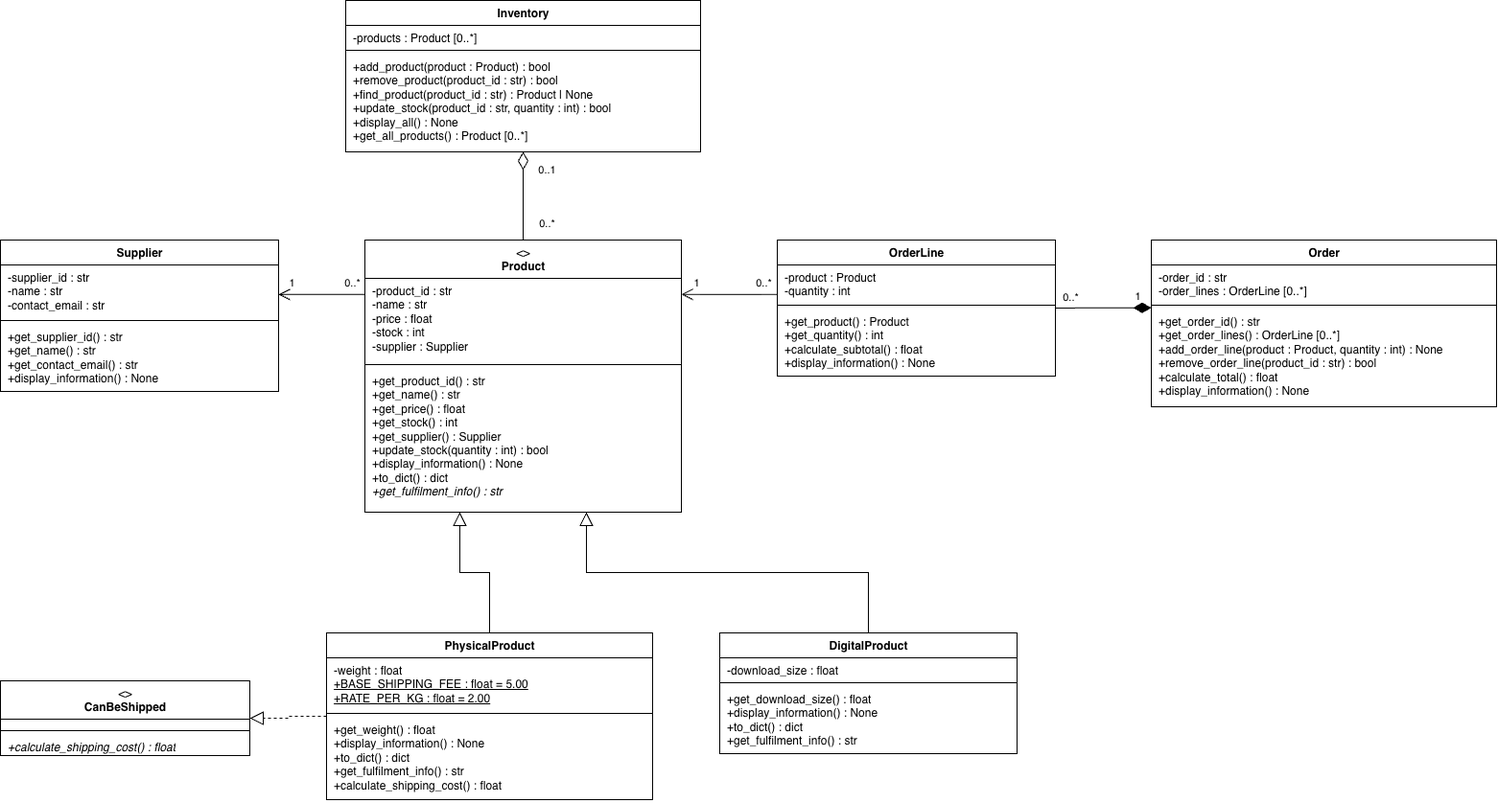
The draw.io diagram INF1103/Lab 8/Lab8UML.drawio.png in JunLongSIT/INF1103-Labs, before a commit. Source tidied: cells renumbered, new cells last; positions are measured from the earlier drawing's top-left corner, leaving out a move shared by most shapes.
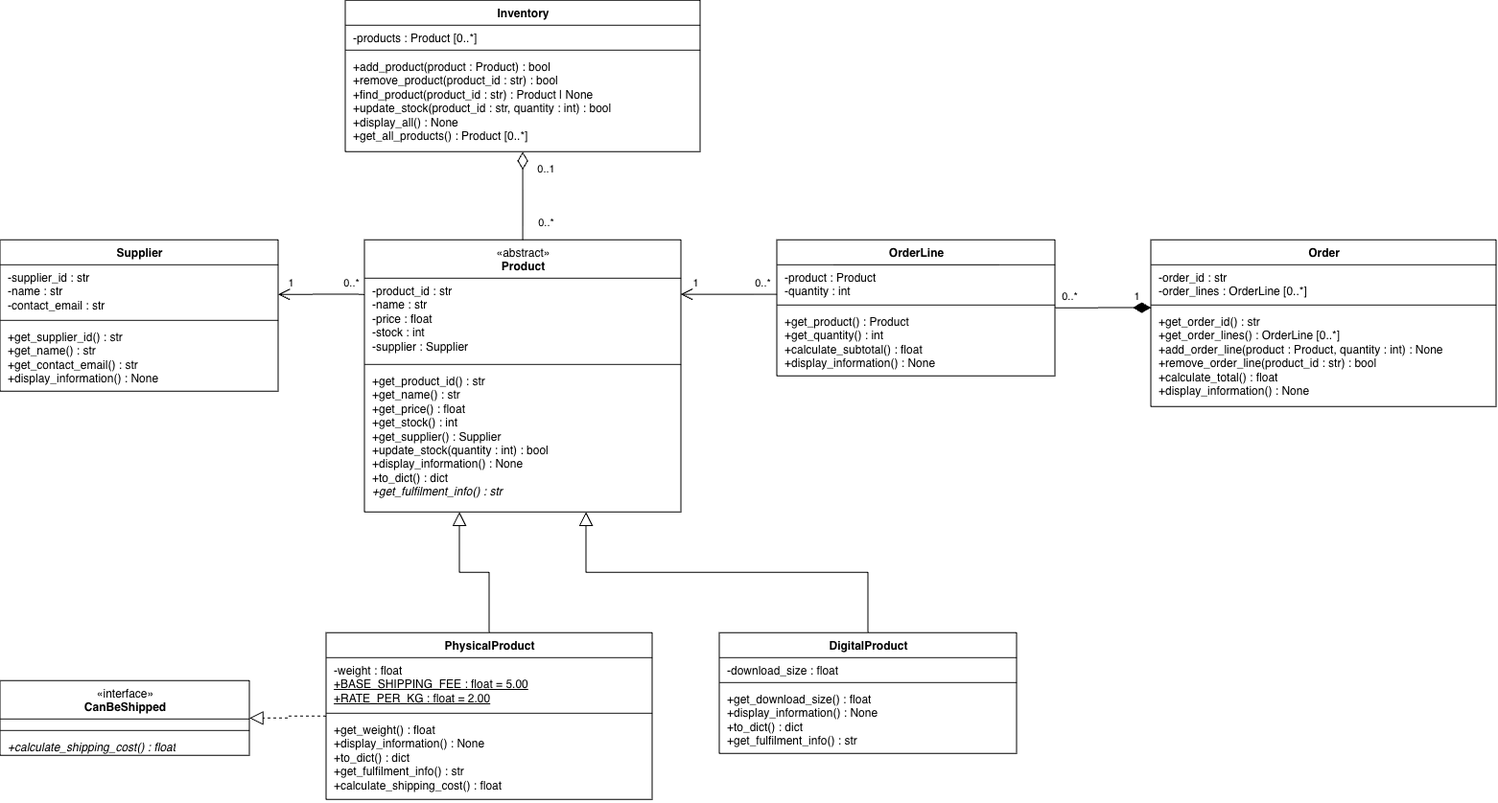
Above is the later version.

Commit message:
Updated UML drawing

Change to the diagram source:
```diff
@@ -26,16 +26,16 @@
     <mxCell id="9" value="+get_supplier_id() : str&lt;br&gt;+get_name() : str&lt;br&gt;+get_contact_email() : str&lt;br&gt;+display_information() : None" style="text;strokeColor=none;fillColor=none;align=left;verticalAlign=top;spacingLeft=6;spacingRight=4;overflow=hidden;html=1;fontColor=#000000;" parent="6" vertex="1">
       <mxGeometry y="88" width="290" height="70" as="geometry" />
     </mxCell>
-    <mxCell id="10" value="&lt;&lt;abstract&gt;&gt;&lt;br&gt;&lt;b&gt;Product&lt;/b&gt;" style="swimlane;fontStyle=0;align=center;verticalAlign=top;horizontal=1;startSize=40;html=1;fillColor=#FFFFFF;strokeColor=#000000;fontColor=#000000;" parent="1" vertex="1">
-      <mxGeometry x="380" y="250" width="330" height="284" as="geometry" />
-    </mxCell>
+    <mxCell id="49" value="«abstract»&lt;br&gt;&lt;b&gt;Product&lt;/b&gt;" style="swimlane;fontStyle=0;align=center;verticalAlign=top;horizontal=1;startSize=40;html=1;fillColor=#FFFFFF;strokeColor=#000000;fontColor=#000000;" parent="1" vertex="1">
+      <mxGeometry x="380" y="250" width="330" height="284" as="geometry" />
+    </mxCell>
-    <mxCell id="11" value="-product_id : str&lt;br&gt;-name : str&lt;br&gt;-price : float&lt;br&gt;-stock : int&lt;br&gt;-supplier : Supplier" style="text;strokeColor=none;fillColor=none;align=left;verticalAlign=top;spacingLeft=6;spacingRight=4;overflow=hidden;html=1;fontColor=#000000;" parent="10" vertex="1">
+    <mxCell id="11" value="-product_id : str&lt;br&gt;-name : str&lt;br&gt;-price : float&lt;br&gt;-stock : int&lt;br&gt;-supplier : Supplier" style="text;strokeColor=none;fillColor=none;align=left;verticalAlign=top;spacingLeft=6;spacingRight=4;overflow=hidden;html=1;fontColor=#000000;" parent="49" vertex="1">
       <mxGeometry y="40" width="330" height="86" as="geometry" />
     </mxCell>
-    <mxCell id="12" style="line;strokeWidth=1;fillColor=none;align=left;verticalAlign=middle;spacingTop=-1;spacingLeft=3;spacingRight=3;labelPosition=right;strokeColor=inherit;" parent="10" vertex="1">
+    <mxCell id="12" style="line;strokeWidth=1;fillColor=none;align=left;verticalAlign=middle;spacingTop=-1;spacingLeft=3;spacingRight=3;labelPosition=right;strokeColor=inherit;" parent="49" vertex="1">
       <mxGeometry y="126" width="330" height="8" as="geometry" />
     </mxCell>
-    <mxCell id="13" value="+get_product_id() : str&lt;br&gt;+get_name() : str&lt;br&gt;+get_price() : float&lt;br&gt;+get_stock() : int&lt;br&gt;+get_supplier() : Supplier&lt;br&gt;+update_stock(quantity : int) : bool&lt;br&gt;+display_information() : None&lt;br&gt;+to_dict() : dict&lt;br&gt;&lt;i&gt;+get_fulfilment_info() : str&lt;/i&gt;" style="text;strokeColor=none;fillColor=none;align=left;verticalAlign=top;spacingLeft=6;spacingRight=4;overflow=hidden;html=1;fontColor=#000000;" parent="10" vertex="1">
+    <mxCell id="13" value="+get_product_id() : str&lt;br&gt;+get_name() : str&lt;br&gt;+get_price() : float&lt;br&gt;+get_stock() : int&lt;br&gt;+get_supplier() : Supplier&lt;br&gt;+update_stock(quantity : int) : bool&lt;br&gt;+display_information() : None&lt;br&gt;+to_dict() : dict&lt;br&gt;&lt;i&gt;+get_fulfilment_info() : str&lt;/i&gt;" style="text;strokeColor=none;fillColor=none;align=left;verticalAlign=top;spacingLeft=6;spacingRight=4;overflow=hidden;html=1;fontColor=#000000;" parent="49" vertex="1">
       <mxGeometry y="134" width="330" height="150" as="geometry" />
     </mxCell>
     <mxCell id="14" value="&lt;b&gt;OrderLine&lt;/b&gt;" style="swimlane;fontStyle=0;align=center;verticalAlign=top;horizontal=1;startSize=26;html=1;fillColor=#FFFFFF;strokeColor=#000000;fontColor=#000000;" parent="1" vertex="1">
@@ -62,16 +62,16 @@
     <mxCell id="21" value="+get_order_id() : str&lt;br&gt;+get_order_lines() : OrderLine [0..*]&lt;br&gt;+add_order_line(product : Product, quantity : int) : None&lt;br&gt;+remove_order_line(product_id : str) : bool&lt;br&gt;+calculate_total() : float&lt;br&gt;+display_information() : None" style="text;strokeColor=none;fillColor=none;align=left;verticalAlign=top;spacingLeft=6;spacingRight=4;overflow=hidden;html=1;fontColor=#000000;" parent="18" vertex="1">
       <mxGeometry y="72" width="360" height="102" as="geometry" />
     </mxCell>
-    <mxCell id="22" value="&lt;&lt;interface&gt;&gt;&lt;br&gt;&lt;b&gt;CanBeShipped&lt;/b&gt;" style="swimlane;fontStyle=0;align=center;verticalAlign=top;horizontal=1;startSize=40;html=1;fillColor=#FFFFFF;strokeColor=#000000;fontColor=#000000;" parent="1" vertex="1">
-      <mxGeometry y="710" width="260" height="78" as="geometry" />
-    </mxCell>
+    <mxCell id="50" value="«interface»&lt;br&gt;&lt;b&gt;CanBeShipped&lt;/b&gt;" style="swimlane;fontStyle=0;align=center;verticalAlign=top;horizontal=1;startSize=40;html=1;fillColor=#FFFFFF;strokeColor=#000000;fontColor=#000000;" parent="1" vertex="1">
+      <mxGeometry y="710" width="260" height="78" as="geometry" />
+    </mxCell>
-    <mxCell id="23" style="text;strokeColor=none;fillColor=none;align=left;verticalAlign=top;spacingLeft=6;spacingRight=4;overflow=hidden;html=1;fontColor=#000000;" parent="22" vertex="1">
+    <mxCell id="23" style="text;strokeColor=none;fillColor=none;align=left;verticalAlign=top;spacingLeft=6;spacingRight=4;overflow=hidden;html=1;fontColor=#000000;" parent="50" vertex="1">
       <mxGeometry y="40" width="260" height="8" as="geometry" />
     </mxCell>
-    <mxCell id="24" style="line;strokeWidth=1;fillColor=none;align=left;verticalAlign=middle;spacingTop=-1;spacingLeft=3;spacingRight=3;labelPosition=right;strokeColor=inherit;" parent="22" vertex="1">
+    <mxCell id="24" style="line;strokeWidth=1;fillColor=none;align=left;verticalAlign=middle;spacingTop=-1;spacingLeft=3;spacingRight=3;labelPosition=right;strokeColor=inherit;" parent="50" vertex="1">
       <mxGeometry y="48" width="260" height="8" as="geometry" />
     </mxCell>
-    <mxCell id="25" value="&lt;i&gt;+calculate_shipping_cost() : float&lt;/i&gt;" style="text;strokeColor=none;fillColor=none;align=left;verticalAlign=top;spacingLeft=6;spacingRight=4;overflow=hidden;html=1;fontColor=#000000;" parent="22" vertex="1">
+    <mxCell id="25" value="&lt;i&gt;+calculate_shipping_cost() : float&lt;/i&gt;" style="text;strokeColor=none;fillColor=none;align=left;verticalAlign=top;spacingLeft=6;spacingRight=4;overflow=hidden;html=1;fontColor=#000000;" parent="50" vertex="1">
       <mxGeometry y="56" width="260" height="22" as="geometry" />
     </mxCell>
     <mxCell id="26" value="&lt;b&gt;PhysicalProduct&lt;/b&gt;" style="swimlane;fontStyle=0;align=center;verticalAlign=top;horizontal=1;startSize=26;html=1;fillColor=#FFFFFF;strokeColor=#000000;fontColor=#000000;" parent="1" vertex="1">
@@ -98,66 +98,66 @@
     <mxCell id="33" value="+get_download_size() : float&lt;br&gt;+display_information() : None&lt;br&gt;+to_dict() : dict&lt;br&gt;+get_fulfilment_info() : str" style="text;strokeColor=none;fillColor=none;align=left;verticalAlign=top;spacingLeft=6;spacingRight=4;overflow=hidden;html=1;fontColor=#000000;" parent="30" vertex="1">
       <mxGeometry y="56" width="310" height="70" as="geometry" />
     </mxCell>
-    <mxCell id="34" style="html=1;rounded=0;edgeStyle=orthogonalEdgeStyle;strokeColor=#000000;endArrow=block;endFill=0;endSize=12;exitX=0.5;exitY=0;exitDx=0;exitDy=0;entryX=0.3;entryY=1;entryDx=0;entryDy=0;" parent="1" edge="1" source="26" target="10">
-      <mxGeometry relative="1" as="geometry" />
-    </mxCell>
-    <mxCell id="35" style="html=1;rounded=0;edgeStyle=orthogonalEdgeStyle;strokeColor=#000000;endArrow=block;endFill=0;endSize=12;exitX=0.5;exitY=0;exitDx=0;exitDy=0;entryX=0.7;entryY=1;entryDx=0;entryDy=0;" parent="1" edge="1" source="30" target="10">
-      <mxGeometry relative="1" as="geometry" />
-    </mxCell>
-    <mxCell id="36" style="html=1;rounded=0;edgeStyle=orthogonalEdgeStyle;strokeColor=#000000;endArrow=block;endFill=0;endSize=12;dashed=1;exitX=0;exitY=0.5;exitDx=0;exitDy=0;entryX=1;entryY=0.5;entryDx=0;entryDy=0;" parent="1" edge="1" source="26" target="22">
-      <mxGeometry relative="1" as="geometry" />
-    </mxCell>
-    <mxCell id="37" style="html=1;rounded=0;edgeStyle=orthogonalEdgeStyle;strokeColor=#000000;endArrow=open;endFill=0;endSize=10;exitX=0;exitY=0.2;exitDx=0;exitDy=0;entryX=1;entryY=0.36;entryDx=0;entryDy=0;" parent="1" edge="1" source="10" target="6">
-      <mxGeometry relative="1" as="geometry" />
-    </mxCell>
-    <mxCell id="38" value="0..*" style="edgeLabel;html=1;align=center;verticalAlign=middle;fontColor=#000000;labelBackgroundColor=none;" parent="37" vertex="1">
-      <mxGeometry x="-0.7" relative="1" as="geometry">
-        <mxPoint y="-12" as="offset" />
-      </mxGeometry>
-    </mxCell>
-    <mxCell id="39" value="1" style="edgeLabel;html=1;align=center;verticalAlign=middle;fontColor=#000000;labelBackgroundColor=none;" parent="37" vertex="1">
-      <mxGeometry x="0.7" relative="1" as="geometry">
-        <mxPoint y="-12" as="offset" />
-      </mxGeometry>
-    </mxCell>
-    <mxCell id="40" style="html=1;rounded=0;edgeStyle=orthogonalEdgeStyle;strokeColor=#000000;startArrow=diamondThin;startFill=0;startSize=16;endArrow=none;exitX=0.5;exitY=1;exitDx=0;exitDy=0;entryX=0.5;entryY=0;entryDx=0;entryDy=0;" parent="1" edge="1" source="2" target="10">
-      <mxGeometry relative="1" as="geometry" />
-    </mxCell>
+    <mxCell id="51" style="html=1;rounded=0;edgeStyle=orthogonalEdgeStyle;strokeColor=#000000;endArrow=block;endFill=0;endSize=12;exitX=0.5;exitY=0;exitDx=0;exitDy=0;entryX=0.3;entryY=1;entryDx=0;entryDy=0;" parent="1" edge="1" source="26" target="49">
+      <mxGeometry relative="1" as="geometry" />
+    </mxCell>
+    <mxCell id="52" style="html=1;rounded=0;edgeStyle=orthogonalEdgeStyle;strokeColor=#000000;endArrow=block;endFill=0;endSize=12;exitX=0.5;exitY=0;exitDx=0;exitDy=0;entryX=0.7;entryY=1;entryDx=0;entryDy=0;" parent="1" edge="1" source="30" target="49">
+      <mxGeometry relative="1" as="geometry" />
+    </mxCell>
+    <mxCell id="53" style="html=1;rounded=0;edgeStyle=orthogonalEdgeStyle;strokeColor=#000000;endArrow=block;endFill=0;endSize=12;dashed=1;exitX=0;exitY=0.5;exitDx=0;exitDy=0;entryX=1;entryY=0.5;entryDx=0;entryDy=0;" parent="1" edge="1" source="26" target="50">
+      <mxGeometry relative="1" as="geometry" />
+    </mxCell>
+    <mxCell id="54" style="html=1;rounded=0;edgeStyle=orthogonalEdgeStyle;strokeColor=#000000;endArrow=open;endFill=0;endSize=10;exitX=0;exitY=0.2;exitDx=0;exitDy=0;entryX=1;entryY=0.36;entryDx=0;entryDy=0;" parent="1" edge="1" source="49" target="6">
+      <mxGeometry relative="1" as="geometry" />
+    </mxCell>
+    <mxCell id="55" value="0..*" style="edgeLabel;html=1;align=center;verticalAlign=middle;fontColor=#000000;labelBackgroundColor=none;" parent="54" vertex="1">
+      <mxGeometry x="-0.7" relative="1" as="geometry">
+        <mxPoint y="-12" as="offset" />
+      </mxGeometry>
+    </mxCell>
+    <mxCell id="56" value="1" style="edgeLabel;html=1;align=center;verticalAlign=middle;fontColor=#000000;labelBackgroundColor=none;" parent="54" vertex="1">
+      <mxGeometry x="0.7" relative="1" as="geometry">
+        <mxPoint y="-12" as="offset" />
+      </mxGeometry>
+    </mxCell>
+    <mxCell id="57" style="html=1;rounded=0;edgeStyle=orthogonalEdgeStyle;strokeColor=#000000;startArrow=diamondThin;startFill=0;startSize=16;endArrow=none;exitX=0.5;exitY=1;exitDx=0;exitDy=0;entryX=0.5;entryY=0;entryDx=0;entryDy=0;" parent="1" edge="1" source="2" target="49">
+      <mxGeometry relative="1" as="geometry" />
+    </mxCell>
-    <mxCell id="41" value="0..1" style="edgeLabel;html=1;align=center;verticalAlign=middle;fontColor=#000000;labelBackgroundColor=none;" parent="40" vertex="1">
+    <mxCell id="41" value="0..1" style="edgeLabel;html=1;align=center;verticalAlign=middle;fontColor=#000000;labelBackgroundColor=none;" parent="57" vertex="1">
       <mxGeometry x="-0.6" relative="1" as="geometry">
         <mxPoint x="24" as="offset" />
       </mxGeometry>
     </mxCell>
-    <mxCell id="42" value="0..*" style="edgeLabel;html=1;align=center;verticalAlign=middle;fontColor=#000000;labelBackgroundColor=none;" parent="40" vertex="1">
-      <mxGeometry x="0.6" relative="1" as="geometry">
-        <mxPoint x="24" as="offset" />
-      </mxGeometry>
-    </mxCell>
-    <mxCell id="43" style="html=1;rounded=0;edgeStyle=orthogonalEdgeStyle;strokeColor=#000000;endArrow=open;endFill=0;endSize=10;exitX=0;exitY=0.4;exitDx=0;exitDy=0;entryX=1;entryY=0.2;entryDx=0;entryDy=0;" parent="1" edge="1" source="14" target="10">
-      <mxGeometry relative="1" as="geometry" />
-    </mxCell>
-    <mxCell id="44" value="0..*" style="edgeLabel;html=1;align=center;verticalAlign=middle;fontColor=#000000;labelBackgroundColor=none;" parent="43" vertex="1">
-      <mxGeometry x="-0.7" relative="1" as="geometry">
-        <mxPoint y="-12" as="offset" />
-      </mxGeometry>
-    </mxCell>
-    <mxCell id="45" value="1" style="edgeLabel;html=1;align=center;verticalAlign=middle;fontColor=#000000;labelBackgroundColor=none;" parent="43" vertex="1">
-      <mxGeometry x="0.7" relative="1" as="geometry">
-        <mxPoint y="-12" as="offset" />
-      </mxGeometry>
-    </mxCell>
+    <mxCell id="58" value="0..*" style="edgeLabel;html=1;align=center;verticalAlign=middle;fontColor=#000000;labelBackgroundColor=none;" parent="57" vertex="1">
+      <mxGeometry x="0.6" relative="1" as="geometry">
+        <mxPoint x="24" as="offset" />
+      </mxGeometry>
+    </mxCell>
+    <mxCell id="59" style="html=1;rounded=0;edgeStyle=orthogonalEdgeStyle;strokeColor=#000000;endArrow=open;endFill=0;endSize=10;exitX=0;exitY=0.4;exitDx=0;exitDy=0;entryX=1;entryY=0.2;entryDx=0;entryDy=0;" parent="1" edge="1" source="14" target="49">
+      <mxGeometry relative="1" as="geometry" />
+    </mxCell>
+    <mxCell id="60" value="0..*" style="edgeLabel;html=1;align=center;verticalAlign=middle;fontColor=#000000;labelBackgroundColor=none;" parent="59" vertex="1">
+      <mxGeometry x="-0.7" relative="1" as="geometry">
+        <mxPoint y="-12" as="offset" />
+      </mxGeometry>
+    </mxCell>
+    <mxCell id="61" value="1" style="edgeLabel;html=1;align=center;verticalAlign=middle;fontColor=#000000;labelBackgroundColor=none;" parent="59" vertex="1">
+      <mxGeometry x="0.7" relative="1" as="geometry">
+        <mxPoint y="-12" as="offset" />
+      </mxGeometry>
+    </mxCell>
     <mxCell id="46" style="html=1;rounded=0;edgeStyle=orthogonalEdgeStyle;strokeColor=#000000;startArrow=diamondThin;startFill=1;startSize=16;endArrow=none;exitX=0;exitY=0.4066;exitDx=0;exitDy=0;entryX=1;entryY=0.5;entryDx=0;entryDy=0;" parent="1" edge="1" source="18" target="14">
       <mxGeometry relative="1" as="geometry" />
     </mxCell>
-    <mxCell id="47" value="1" style="edgeLabel;html=1;align=center;verticalAlign=middle;fontColor=#000000;labelBackgroundColor=none;" parent="46" vertex="1">
-      <mxGeometry x="-0.7" relative="1" as="geometry">
-        <mxPoint y="-12" as="offset" />
-      </mxGeometry>
-    </mxCell>
-    <mxCell id="48" value="0..*" style="edgeLabel;html=1;align=center;verticalAlign=middle;fontColor=#000000;labelBackgroundColor=none;" parent="46" vertex="1">
-      <mxGeometry x="0.7" relative="1" as="geometry">
-        <mxPoint y="-12" as="offset" />
-      </mxGeometry>
-    </mxCell>
+    <mxCell id="62" value="1" style="edgeLabel;html=1;align=center;verticalAlign=middle;fontColor=#000000;labelBackgroundColor=none;" parent="46" vertex="1">
+      <mxGeometry x="-0.7" relative="1" as="geometry">
+        <mxPoint y="-12" as="offset" />
+      </mxGeometry>
+    </mxCell>
+    <mxCell id="63" value="0..*" style="edgeLabel;html=1;align=center;verticalAlign=middle;fontColor=#000000;labelBackgroundColor=none;" parent="46" vertex="1">
+      <mxGeometry x="0.7" relative="1" as="geometry">
+        <mxPoint y="-12" as="offset" />
+      </mxGeometry>
+    </mxCell>
   </root>
 </mxGraphModel>
```
